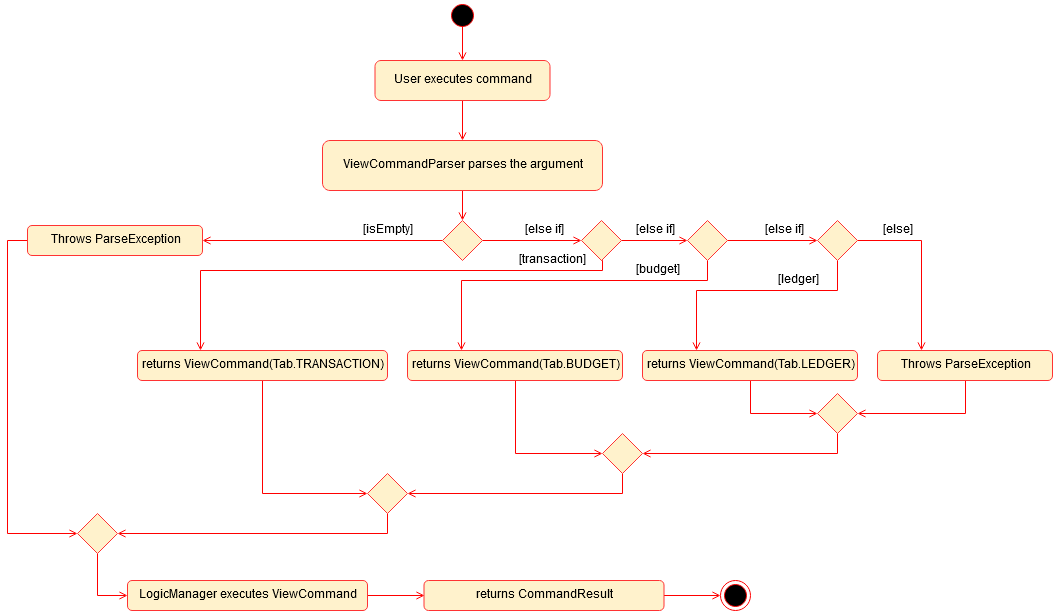
Earlier version of the draw.io export docs/images/ViewActivityDiagram.png (nus-cs2103-AY1920S1/addressbook-level3). Source tidied: cells renumbered, new cells last; positions are measured from the earlier drawing's top-left corner, leaving out a move shared by most shapes.
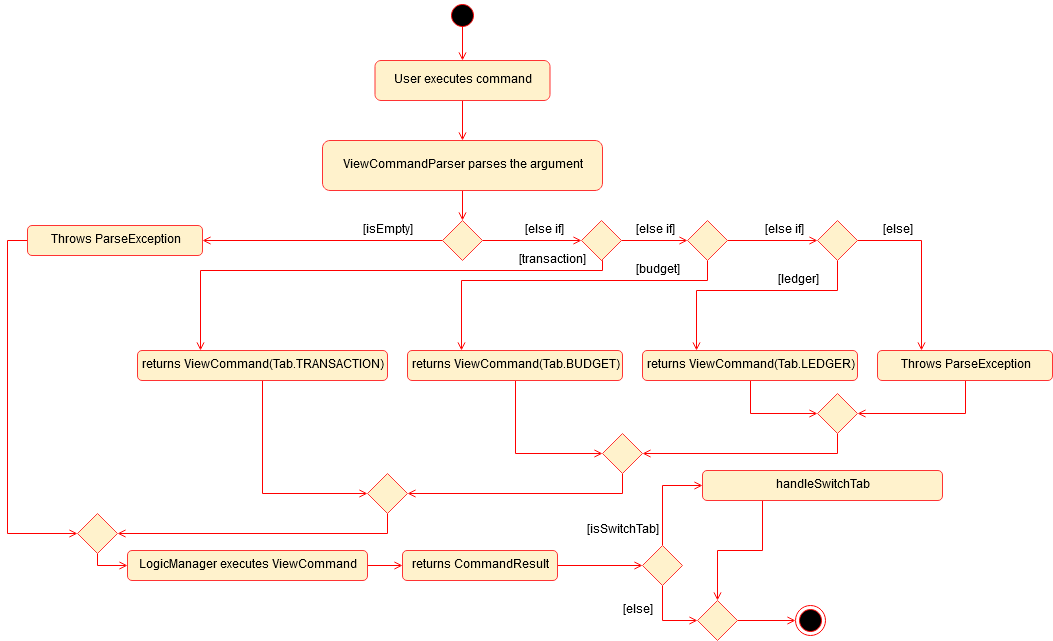
Later version of the same file.

The edit, as a diff of the source:
```diff
@@ -158,30 +158,62 @@
     <mxCell id="43" style="edgeStyle=orthogonalEdgeStyle;rounded=0;jettySize=auto;html=1;entryX=0;entryY=0.5;entryDx=0;entryDy=0;endArrow=open;endFill=0;strokeColor=#FF0000;" parent="1" edge="1" source="44" target="48">
       <mxGeometry relative="1" as="geometry">
         <Array as="points">
-          <mxPoint x="70" y="595" />
+          <mxPoint x="70" y="565" />
         </Array>
       </mxGeometry>
     </mxCell>
     <mxCell id="44" style="rhombus;whiteSpace=wrap;html=1;fillColor=#fff2cc;strokeColor=#FF3333;" parent="1" vertex="1">
       <mxGeometry x="50" y="513" width="40" height="40" as="geometry" />
     </mxCell>
-    <mxCell id="45" style="edgeStyle=orthogonalEdgeStyle;rounded=0;jettySize=auto;html=1;entryX=0;entryY=0.5;entryDx=0;entryDy=0;endArrow=open;endFill=0;strokeColor=#FF0000;" parent="1" edge="1" source="46" target="49">
-      <mxGeometry relative="1" as="geometry" />
-    </mxCell>
+    <mxCell id="51" style="edgeStyle=orthogonalEdgeStyle;rounded=0;jettySize=auto;html=1;exitX=1;exitY=0.5;exitDx=0;exitDy=0;entryX=0;entryY=0.5;entryDx=0;entryDy=0;strokeColor=#FF0000;endArrow=open;endFill=0;" parent="1" edge="1" source="46" target="54">
+      <mxGeometry relative="1" as="geometry" />
+    </mxCell>
     <mxCell id="46" value="returns CommandResult" style="rounded=1;whiteSpace=wrap;html=1;fillColor=#fff2cc;strokeColor=#FF3333;gradientColor=none;" parent="1" vertex="1">
-      <mxGeometry x="396.5" y="580" width="240" height="30" as="geometry" />
+      <mxGeometry x="375" y="550" width="155" height="30" as="geometry" />
     </mxCell>
     <mxCell id="47" style="edgeStyle=orthogonalEdgeStyle;rounded=0;jettySize=auto;html=1;entryX=0;entryY=0.5;entryDx=0;entryDy=0;endArrow=open;endFill=0;strokeColor=#FF0000;" parent="1" edge="1" source="48" target="46">
       <mxGeometry relative="1" as="geometry" />
     </mxCell>
     <mxCell id="48" value="LogicManager executes ViewCommand" style="rounded=1;whiteSpace=wrap;html=1;fillColor=#fff2cc;strokeColor=#FF3333;" parent="1" vertex="1">
-      <mxGeometry x="100" y="580" width="240" height="30" as="geometry" />
+      <mxGeometry x="100" y="550" width="240" height="30" as="geometry" />
     </mxCell>
     <mxCell id="49" style="ellipse;html=1;shape=endState;fillColor=#000000;strokeColor=#ff0000;" parent="1" vertex="1">
-      <mxGeometry x="693" y="580" width="30" height="30" as="geometry" />
+      <mxGeometry x="768" y="605" width="30" height="30" as="geometry" />
     </mxCell>
     <mxCell id="50" style="rhombus;whiteSpace=wrap;html=1;fillColor=#fff2cc;strokeColor=#FF3333;" parent="1" vertex="1">
       <mxGeometry x="554" y="220" width="40" height="40" as="geometry" />
     </mxCell>
+    <mxCell id="52" style="edgeStyle=orthogonalEdgeStyle;rounded=0;jettySize=auto;html=1;exitX=0.5;exitY=0;exitDx=0;exitDy=0;entryX=0;entryY=0.5;entryDx=0;entryDy=0;endArrow=open;endFill=0;strokeColor=#FF0000;" parent="1" edge="1" source="54" target="56">
+      <mxGeometry relative="1" as="geometry" />
+    </mxCell>
+    <mxCell id="53" style="edgeStyle=orthogonalEdgeStyle;rounded=0;jettySize=auto;html=1;exitX=0.5;exitY=1;exitDx=0;exitDy=0;endArrow=open;endFill=0;strokeColor=#FF0000;entryX=0;entryY=0.5;entryDx=0;entryDy=0;" parent="1" edge="1" source="54" target="59">
+      <mxGeometry relative="1" as="geometry" />
+    </mxCell>
+    <mxCell id="54" style="rhombus;whiteSpace=wrap;html=1;fillColor=#fff2cc;strokeColor=#FF3333;" parent="1" vertex="1">
+      <mxGeometry x="615" y="545" width="40" height="40" as="geometry" />
+    </mxCell>
+    <mxCell id="55" style="edgeStyle=orthogonalEdgeStyle;rounded=0;jettySize=auto;html=1;exitX=0.25;exitY=1;exitDx=0;exitDy=0;entryX=0.5;entryY=0;entryDx=0;entryDy=0;endArrow=open;endFill=0;strokeColor=#FF0000;" parent="1" edge="1" source="56" target="59">
+      <mxGeometry relative="1" as="geometry">
+        <Array as="points">
+          <mxPoint x="735" y="550" />
+          <mxPoint x="690" y="550" />
+        </Array>
+      </mxGeometry>
+    </mxCell>
+    <mxCell id="56" value="handleSwitchTab" style="rounded=1;whiteSpace=wrap;html=1;fillColor=#fff2cc;strokeColor=#FF3333;gradientColor=none;" parent="1" vertex="1">
+      <mxGeometry x="675" y="470" width="240" height="30" as="geometry" />
+    </mxCell>
+    <mxCell id="57" value="[isSwitchTab]" style="text;html=1;strokeColor=none;fillColor=none;align=center;verticalAlign=middle;whiteSpace=wrap;rounded=0;" parent="1" vertex="1">
+      <mxGeometry x="575" y="520" width="40" height="20" as="geometry" />
+    </mxCell>
+    <mxCell id="58" style="edgeStyle=orthogonalEdgeStyle;rounded=0;jettySize=auto;html=1;exitX=1;exitY=0.5;exitDx=0;exitDy=0;entryX=0;entryY=0.5;entryDx=0;entryDy=0;endArrow=open;endFill=0;strokeColor=#FF0000;" parent="1" edge="1" source="59" target="49">
+      <mxGeometry relative="1" as="geometry" />
+    </mxCell>
+    <mxCell id="59" style="rhombus;whiteSpace=wrap;html=1;fillColor=#fff2cc;strokeColor=#FF3333;" parent="1" vertex="1">
+      <mxGeometry x="670" y="600" width="40" height="40" as="geometry" />
+    </mxCell>
+    <mxCell id="60" value="[else]" style="text;html=1;strokeColor=none;fillColor=none;align=center;verticalAlign=middle;whiteSpace=wrap;rounded=0;" parent="1" vertex="1">
+      <mxGeometry x="590" y="600" width="40" height="20" as="geometry" />
+    </mxCell>
   </root>
 </mxGraphModel>
```
